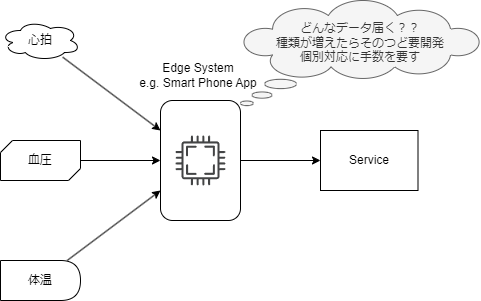
Above: docs/spec_guide/basic_before.drawio.png in data-container-for-wearable-sensor/StartGuide (draw.io), before the change. Source tidied: cells renumbered, new cells last; positions are measured from the earlier drawing's top-left corner, leaving out a move shared by most shapes.
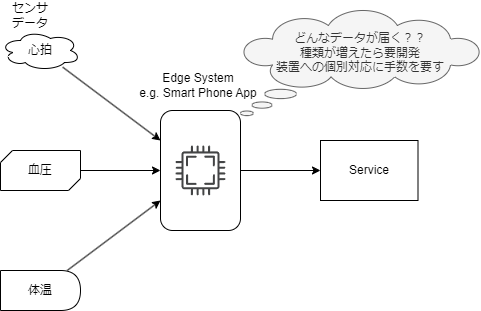
Later version of the same file.

Diff of the diagram source:
```diff
@@ -35,11 +35,14 @@
     <mxCell id="12" value="Service" style="rounded=0;whiteSpace=wrap;html=1;fillColor=none;" parent="1" vertex="1">
       <mxGeometry x="320" y="130" width="97.5" height="60" as="geometry" />
     </mxCell>
-    <mxCell id="13" value="&lt;br&gt;どんなデータ届く？？&lt;br&gt;種類が増えたらそのつど要開発&lt;br&gt;個別対応に手数を要す" style="whiteSpace=wrap;html=1;shape=mxgraph.basic.cloud_callout;fillColor=#f5f5f5;verticalAlign=top;fontColor=#333333;strokeColor=#666666;" parent="1" vertex="1">
+    <mxCell id="13" value="&lt;br&gt;どんなデータが届く？？&lt;br&gt;種類が増えたら要開発&lt;br&gt;装置への個別対応に手数を要す" style="whiteSpace=wrap;html=1;shape=mxgraph.basic.cloud_callout;fillColor=#f5f5f5;verticalAlign=top;fontColor=#333333;strokeColor=#666666;" parent="1" vertex="1">
       <mxGeometry x="240" width="240" height="105" as="geometry" />
     </mxCell>
     <mxCell id="14" style="sketch=0;shadow=0;dashed=0;html=1;strokeColor=none;fillColor=#434445;labelPosition=center;verticalLabelPosition=bottom;verticalAlign=top;align=center;shape=mxgraph.vvd.cpu;" parent="1" vertex="1">
       <mxGeometry x="175" y="135" width="50" height="50" as="geometry" />
     </mxCell>
+    <mxCell id="15" value="センサ&lt;br&gt;データ" style="text;html=1;strokeColor=none;fillColor=none;align=center;verticalAlign=middle;whiteSpace=wrap;rounded=0;" parent="1" vertex="1">
+      <mxGeometry y="-10" width="60" height="30" as="geometry" />
+    </mxCell>
   </root>
 </mxGraphModel>
```
